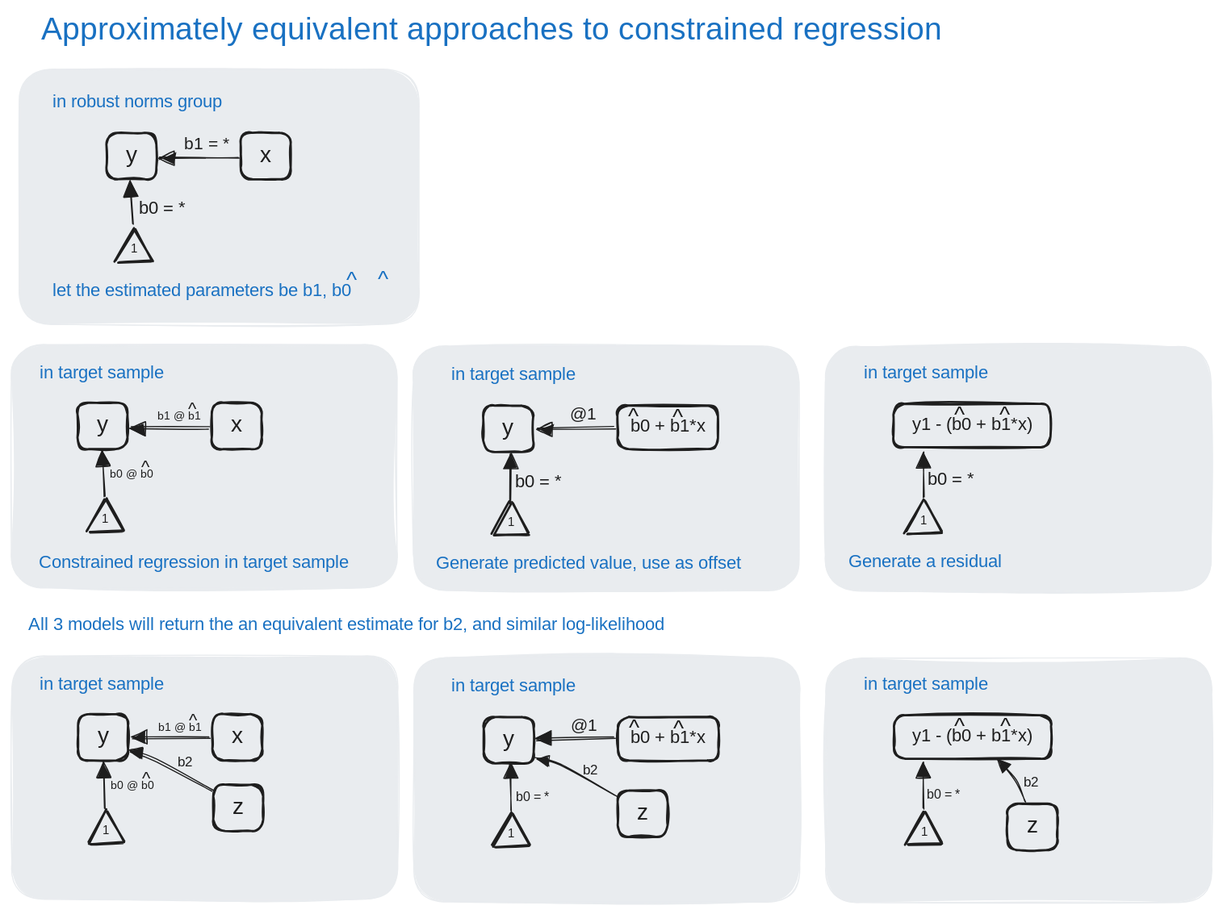
The Excalidraw diagram R/excalidraw/PMM-013-Approaches_to_constrained_regression.excalidraw.svg in dougtommet/HRS_cog_classification, before a commit. Source tidied: one line per element, renumbered; positions are measured from the earlier drawing's top-left corner, leaving out a move shared by most shapes.
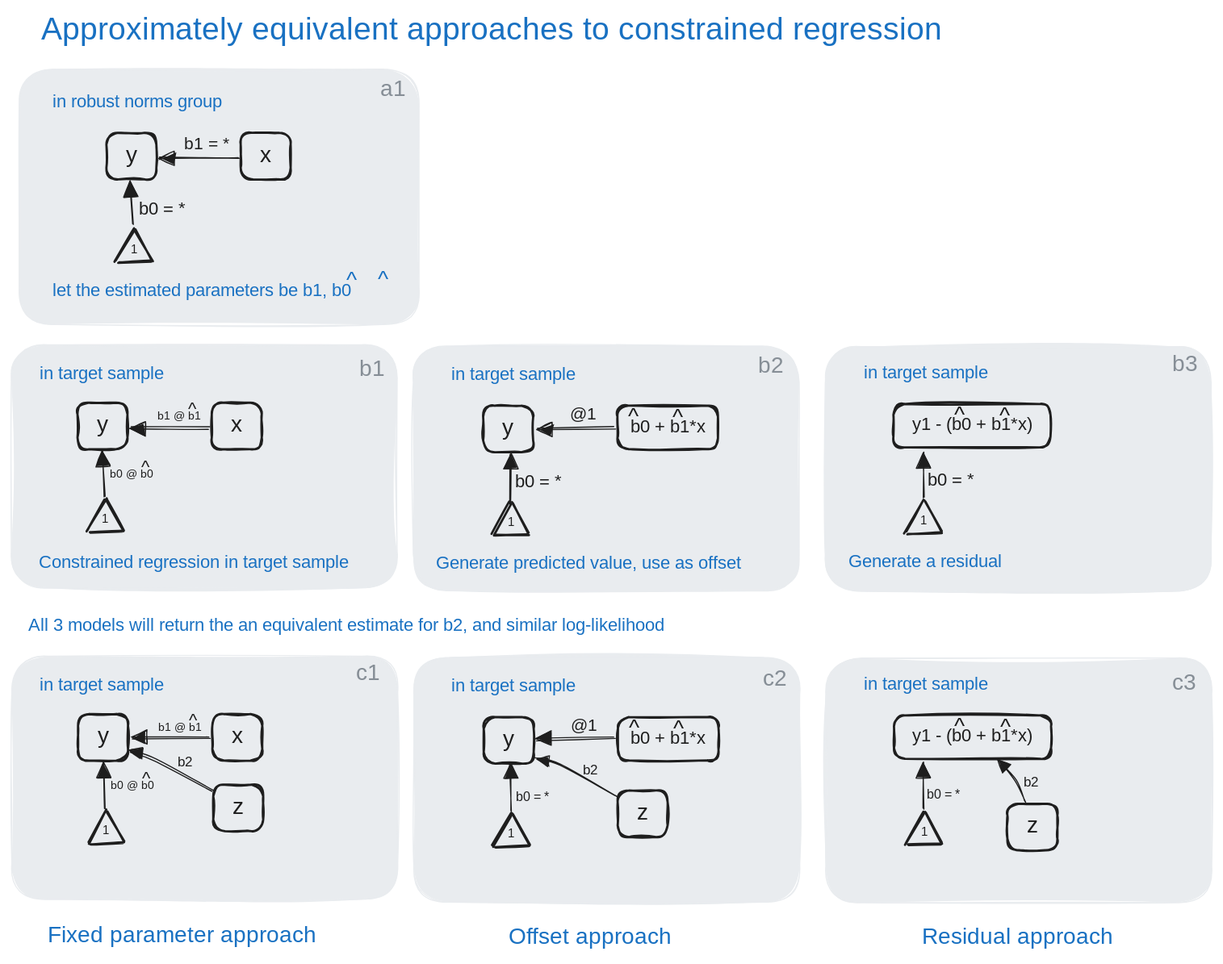
After the change.

Diff of the diagram source:
```diff
@@ -120,3 +120,13 @@
 {"id": 119, "type": "text", "text": "b2", "strokeColor": "#1e1e1e", "strokeWidth": 1, "roughness": 1, "fontSize": 12.24, "fontFamily": 5, "x": 506, "y": 665, "width": 15, "height": 15}
 {"id": 120, "type": "text", "text": "b2", "strokeColor": "#1e1e1e", "strokeWidth": 1, "roughness": 1, "fontSize": 12.24, "fontFamily": 5, "x": 896, "y": 675, "width": 15, "height": 15}
 {"id": 121, "type": "text", "text": "All 3 models will return the an equivalent estimate for b2, and similar log-likelihood", "strokeColor": "#1971c2", "strokeWidth": 1, "roughness": 1, "fontSize": 16, "fontFamily": 5, "x": 15, "y": 534, "width": 640, "height": 20}
+{"id": 122, "type": "text", "text": "a1", "strokeColor": "#868e96", "strokeWidth": 2, "roughness": 1, "fontSize": 20, "fontFamily": 5, "x": 327, "y": 57, "width": 20, "height": 25}
+{"id": 123, "type": "text", "text": "b1", "strokeColor": "#868e96", "strokeWidth": 2, "roughness": 1, "fontSize": 20, "fontFamily": 5, "x": 308, "y": 305, "width": 20, "height": 25}
+{"id": 124, "type": "text", "text": "b2", "strokeColor": "#868e96", "strokeWidth": 2, "roughness": 1, "fontSize": 20, "fontFamily": 5, "x": 661, "y": 302, "width": 25, "height": 25}
+{"id": 125, "type": "text", "text": "b3", "strokeColor": "#868e96", "strokeWidth": 2, "roughness": 1, "fontSize": 20, "fontFamily": 5, "x": 1028, "y": 301, "width": 23, "height": 25}
+{"id": 126, "type": "text", "text": "c1", "strokeColor": "#868e96", "strokeWidth": 2, "roughness": 1, "fontSize": 20, "fontFamily": 5, "x": 305, "y": 574, "width": 19, "height": 25}
+{"id": 127, "type": "text", "text": "c2", "strokeColor": "#868e96", "strokeWidth": 2, "roughness": 1, "fontSize": 20, "fontFamily": 5, "x": 665, "y": 579, "width": 24, "height": 25}
+{"id": 128, "type": "text", "text": "c3", "strokeColor": "#868e96", "strokeWidth": 2, "roughness": 1, "fontSize": 20, "fontFamily": 5, "x": 1027, "y": 583, "width": 22, "height": 25}
+{"id": 129, "type": "text", "text": "Residual approach", "strokeColor": "#1971c2", "strokeWidth": 2, "roughness": 1, "fontSize": 20, "fontFamily": 5, "x": 806, "y": 808, "width": 174, "height": 25}
+{"id": 130, "type": "text", "text": "Fixed parameter approach", "strokeColor": "#1971c2", "strokeWidth": 2, "roughness": 1, "fontSize": 20, "fontFamily": 5, "x": 32, "y": 807, "width": 250, "height": 25}
+{"id": 131, "type": "text", "text": "Offset approach", "strokeColor": "#1971c2", "strokeWidth": 2, "roughness": 1, "fontSize": 20, "fontFamily": 5, "x": 440, "y": 808, "width": 160, "height": 25}
```
